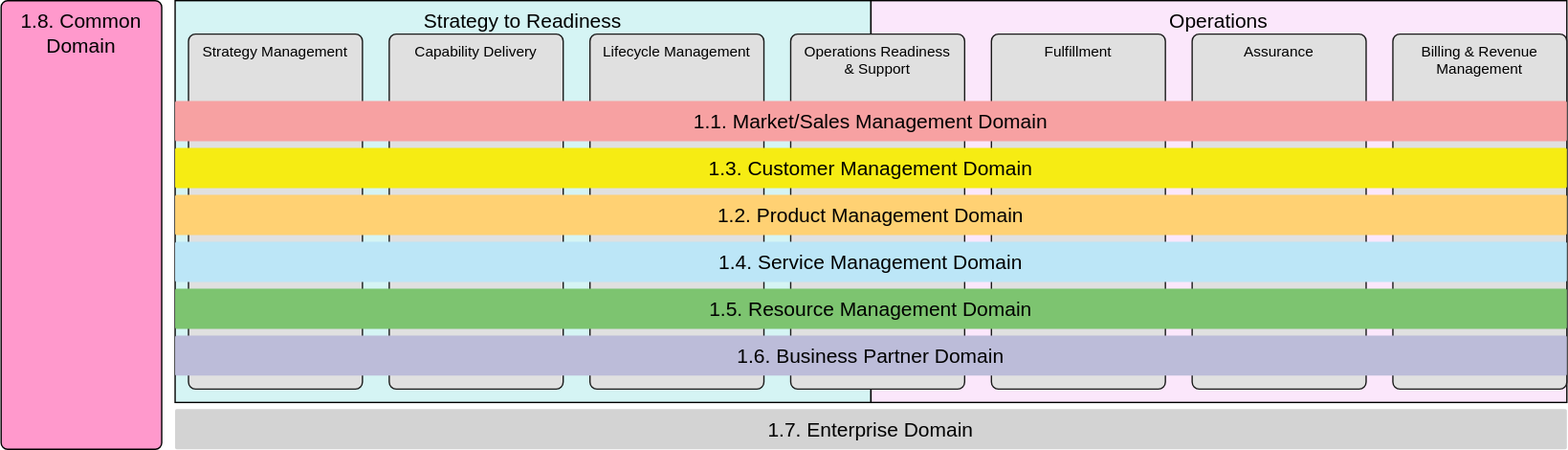
Earlier version of the draw.io export src/assets/eTOM_Overview.drawio.svg (nojaja/FrameworxDiagramViewer). Source tidied: cells renumbered, new cells last; positions are measured from the earlier drawing's top-left corner, leaving out a move shared by most shapes.
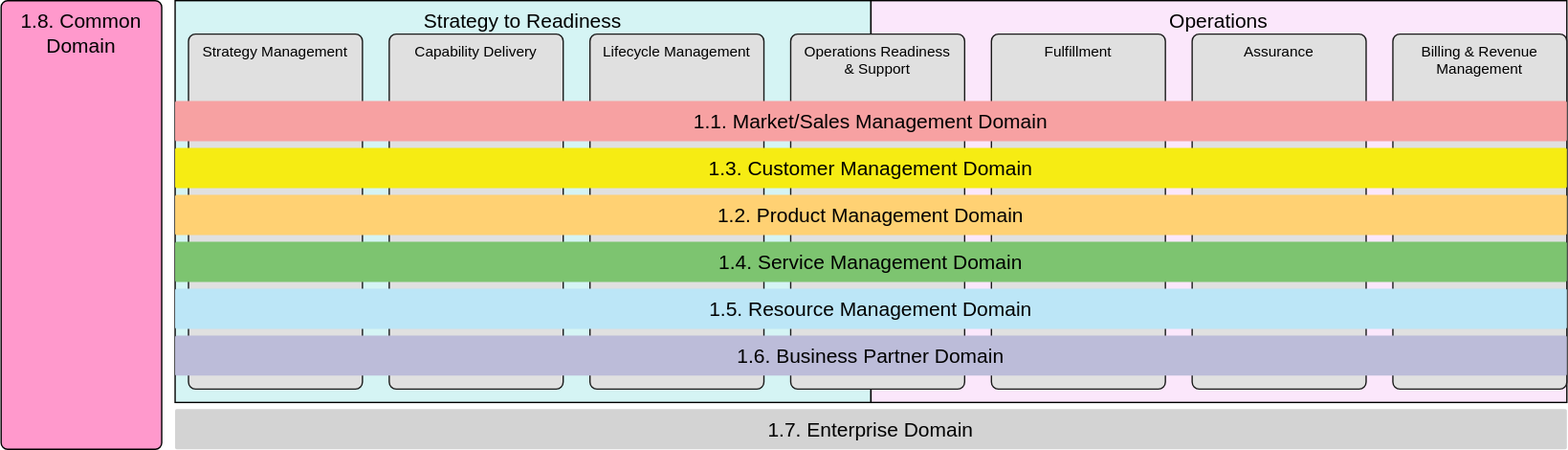
After the commit.

The edit, as a diff of the source:
```diff
@@ -44,10 +44,10 @@
     <mxCell id="15" value="1.2. &lt;span&gt;Product Management Domain&lt;br&gt;&lt;/span&gt;" style="rounded=1;whiteSpace=wrap;html=1;arcSize=4;verticalAlign=middle;fontSize=15;fontColor=#000000;strokeColor=none;fillColor=#FFD173;" parent="1" vertex="1">
       <mxGeometry x="130" y="145" width="1040" height="30" as="geometry" />
     </mxCell>
-    <mxCell id="16" value="1.4. &lt;span&gt;Service Management Domain&lt;br&gt;&lt;/span&gt;" style="rounded=1;whiteSpace=wrap;html=1;arcSize=4;verticalAlign=middle;fontSize=15;fontColor=#000000;strokeColor=none;fillColor=#BCE6F7;" parent="1" vertex="1">
+    <mxCell id="16" value="1.4. &lt;span&gt;Service Management Domain&lt;br&gt;&lt;/span&gt;" style="rounded=1;whiteSpace=wrap;html=1;arcSize=4;verticalAlign=middle;fontSize=15;fontColor=#000000;strokeColor=none;fillColor=#7DC470;" parent="1" vertex="1">
       <mxGeometry x="130" y="180" width="1040" height="30" as="geometry" />
     </mxCell>
-    <mxCell id="17" value="1.5. &lt;span&gt;Resource Management Domain&lt;br&gt;&lt;/span&gt;" style="rounded=1;whiteSpace=wrap;html=1;arcSize=4;verticalAlign=middle;fontSize=15;fontColor=#000000;strokeColor=none;fillColor=#7DC470;" parent="1" vertex="1">
+    <mxCell id="17" value="1.5. &lt;span&gt;Resource Management Domain&lt;br&gt;&lt;/span&gt;" style="rounded=1;whiteSpace=wrap;html=1;arcSize=4;verticalAlign=middle;fontSize=15;fontColor=#000000;strokeColor=none;fillColor=#BCE6F7;" parent="1" vertex="1">
       <mxGeometry x="130" y="215" width="1040" height="30" as="geometry" />
     </mxCell>
     <mxCell id="18" value="1.6. &lt;span&gt;Business Partner Domain&lt;br&gt;&lt;/span&gt;" style="rounded=1;whiteSpace=wrap;html=1;arcSize=4;verticalAlign=middle;fontSize=15;fontColor=#000000;strokeColor=none;fillColor=#BCBCD9;" parent="1" vertex="1">
```
